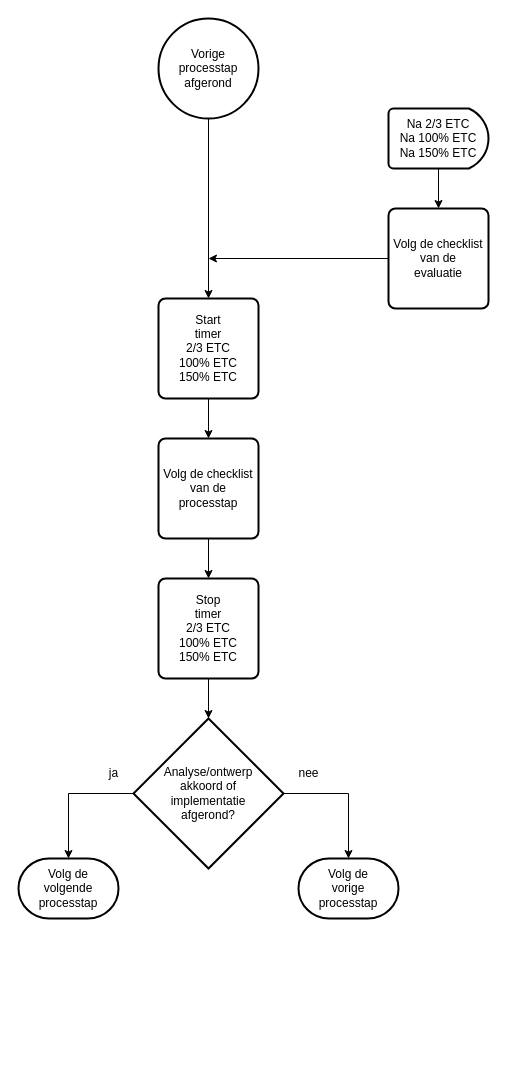
The draw.io diagram 2 Issue Tracker tijdtriggers.drawio in Zaibatsu89/IssueTracker, before the edit. Source tidied: cells renumbered, new cells numbered last; positions are measured from the earlier drawing's top-left corner, leaving out a move shared by most shapes. Both pictures are drawn from the tidied source at 100%, with x=0, y=0 at pixel (18, 18).
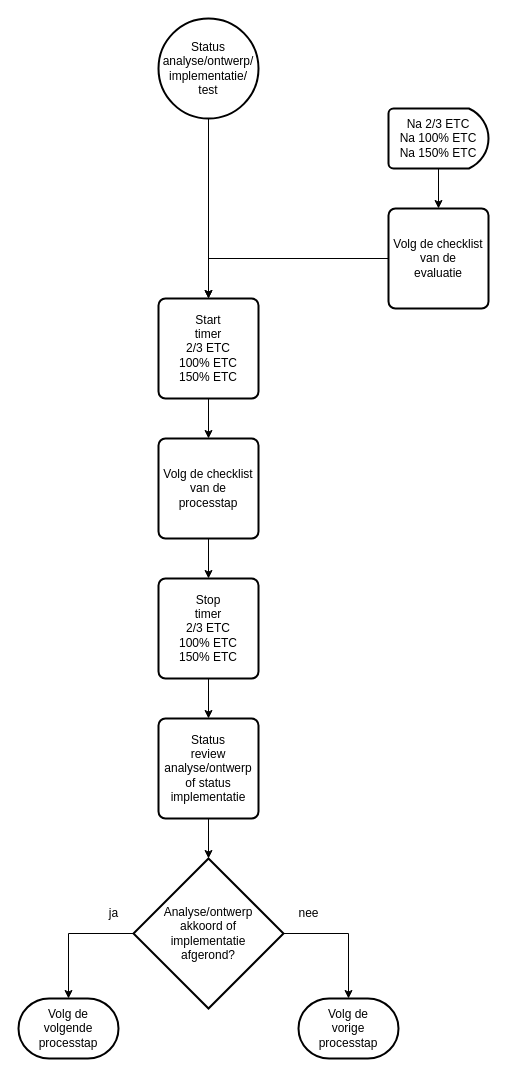
After the change.

Commit message (it also covers changes not shown here):
Status van processtap in start en in overleg van flowcharts

The change refers to these unchanged cells:
```xml
<mxCell id="5" value="Start&lt;br&gt;timer&lt;br&gt;2/3 ETC&lt;br&gt;100% ETC&lt;br&gt;150% ETC" style="rounded=1;whiteSpace=wrap;html=1;absoluteArcSize=1;arcSize=14;strokeWidth=2;" parent="1" vertex="1">
  <mxGeometry x="140" y="280" width="100" height="100" as="geometry" />
</mxCell>
<mxCell id="18" value="Volg de checklist&lt;br&gt;van de&lt;br&gt;evaluatie" style="rounded=1;whiteSpace=wrap;html=1;absoluteArcSize=1;arcSize=14;strokeWidth=2;" parent="1" vertex="1">
  <mxGeometry x="370" y="190" width="100" height="100" as="geometry" />
</mxCell>
<mxCell id="20" value="Stop&lt;br&gt;timer&lt;br&gt;2/3 ETC&lt;br&gt;100% ETC&lt;br&gt;150% ETC" style="rounded=1;whiteSpace=wrap;html=1;absoluteArcSize=1;arcSize=14;strokeWidth=2;" parent="1" vertex="1">
  <mxGeometry x="140" y="560" width="100" height="100" as="geometry" />
</mxCell>
```

What changed in the source:
```diff
@@
-    <mxCell id="3" value="Vorige&lt;br&gt;processtap&lt;br&gt;afgerond" style="strokeWidth=2;html=1;shape=mxgraph.flowchart.start_2;whiteSpace=wrap;" parent="1" vertex="1">
+    <mxCell id="3" value="Status&lt;br&gt;analyse/ontwerp/&lt;br&gt;implementatie/&lt;br&gt;test" style="strokeWidth=2;html=1;shape=mxgraph.flowchart.start_2;whiteSpace=wrap;" parent="1" vertex="1">
       <mxGeometry x="140" width="100" height="100" as="geometry" />
     </mxCell>
@@
     <mxCell id="8" value="Analyse/ontwerp&lt;br&gt;akkoord of&lt;br&gt;implementatie&lt;br&gt;afgerond?" style="strokeWidth=2;html=1;shape=mxgraph.flowchart.decision;whiteSpace=wrap;" parent="1" vertex="1">
-      <mxGeometry x="115" y="700" width="150" height="150" as="geometry" />
+      <mxGeometry x="115" y="840" width="150" height="150" as="geometry" />
     </mxCell>
@@
     <mxCell id="10" value="ja" style="text;html=1;align=center;verticalAlign=middle;strokeColor=none;fillColor=none;" parent="1" vertex="1">
-      <mxGeometry x="80" y="740" width="30" height="30" as="geometry" />
+      <mxGeometry x="80" y="880" width="30" height="30" as="geometry" />
     </mxCell>
     <mxCell id="11" value="Volg de&lt;br&gt;volgende&lt;br&gt;processtap" style="strokeWidth=2;html=1;shape=mxgraph.flowchart.terminator;whiteSpace=wrap;" parent="1" vertex="1">
-      <mxGeometry y="840" width="100" height="60" as="geometry" />
+      <mxGeometry y="980" width="100" height="60" as="geometry" />
     </mxCell>
     <mxCell id="12" value="Volg de&lt;br&gt;vorige&lt;br&gt;processtap" style="strokeWidth=2;html=1;shape=mxgraph.flowchart.terminator;whiteSpace=wrap;" parent="1" vertex="1">
-      <mxGeometry x="280" y="840" width="100" height="60" as="geometry" />
+      <mxGeometry x="280" y="980" width="100" height="60" as="geometry" />
     </mxCell>
@@
     <mxCell id="14" value="nee" style="text;html=1;align=center;verticalAlign=middle;strokeColor=none;fillColor=none;" parent="1" vertex="1">
-      <mxGeometry x="270" y="740" width="40" height="30" as="geometry" />
+      <mxGeometry x="270" y="880" width="40" height="30" as="geometry" />
     </mxCell>
@@
-    <mxCell id="17" style="edgeStyle=orthogonalEdgeStyle;rounded=0;jettySize=auto;html=1;exitX=0;exitY=0.5;exitDx=0;exitDy=0;" parent="1" edge="1" source="18">
-      <mxGeometry relative="1" as="geometry">
-        <mxPoint x="190" y="240" as="targetPoint" />
-      </mxGeometry>
-    </mxCell>
+    <mxCell id="21" style="edgeStyle=orthogonalEdgeStyle;rounded=0;jettySize=auto;html=1;exitX=0;exitY=0.5;exitDx=0;exitDy=0;entryX=0.5;entryY=0;entryDx=0;entryDy=0;" parent="1" edge="1" source="18" target="5">
+      <mxGeometry relative="1" as="geometry" />
+    </mxCell>
@@
-    <mxCell id="19" style="edgeStyle=orthogonalEdgeStyle;rounded=0;jettySize=auto;html=1;" parent="1" edge="1" source="20" target="8">
-      <mxGeometry relative="1" as="geometry" />
-    </mxCell>
+    <mxCell id="22" style="edgeStyle=orthogonalEdgeStyle;rounded=0;jettySize=auto;html=1;" parent="1" edge="1" source="20" target="24">
+      <mxGeometry relative="1" as="geometry" />
+    </mxCell>
@@
+    <mxCell id="23" style="edgeStyle=orthogonalEdgeStyle;rounded=0;jettySize=auto;html=1;" parent="1" edge="1" source="24" target="8">
+      <mxGeometry relative="1" as="geometry" />
+    </mxCell>
+    <mxCell id="24" value="Status&lt;br&gt;review&lt;br&gt;analyse/ontwerp&lt;br&gt;of status&lt;br&gt;implementatie" style="rounded=1;whiteSpace=wrap;html=1;absoluteArcSize=1;arcSize=14;strokeWidth=2;" parent="1" vertex="1">
+      <mxGeometry x="140" y="700" width="100" height="100" as="geometry" />
+    </mxCell>
```
